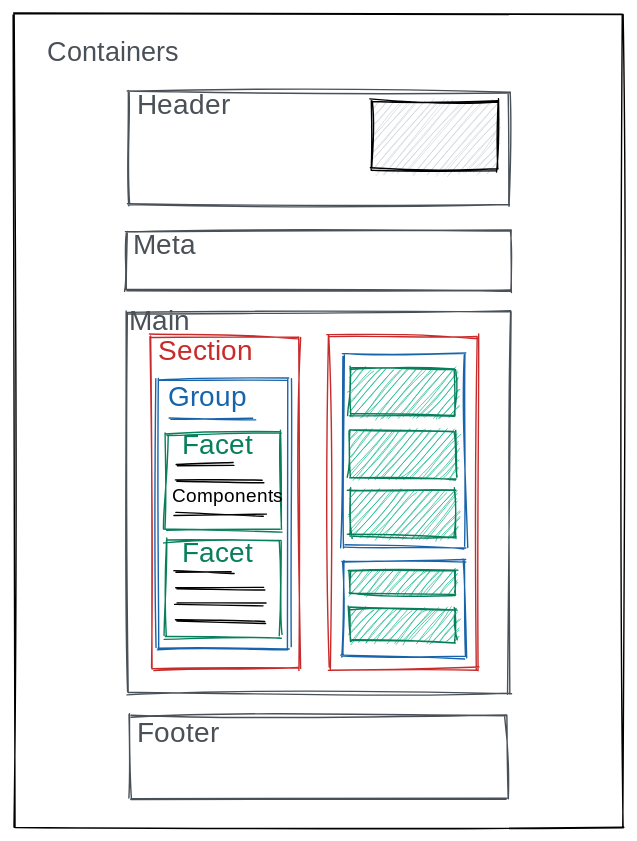
Earlier version of the Excalidraw export src/@cv/designdoc.excalidraw.svg (D1no/curriculumvitae). Source tidied: one line per element, renumbered; positions are measured from the earlier drawing's top-left corner, leaving out a move shared by most shapes. Source of this version:
```json
{"id": 0, "type": "rectangle", "strokeColor": "#000000", "strokeWidth": 1, "roughness": 1, "x": 0, "y": 0, "width": 435, "height": 581}
{"id": 1, "type": "rectangle", "strokeColor": "#495057", "strokeWidth": 1, "roughness": 1, "x": 81, "y": 56, "width": 272, "height": 81}
{"id": 2, "type": "rectangle", "strokeColor": "#495057", "strokeWidth": 1, "roughness": 1, "x": 83, "y": 501, "width": 269, "height": 59}
{"id": 3, "type": "rectangle", "strokeColor": "#495057", "strokeWidth": 1, "roughness": 1, "x": 80, "y": 155, "width": 275, "height": 42}
{"id": 4, "type": "rectangle", "strokeColor": "#495057", "strokeWidth": 1, "roughness": 1, "x": 81, "y": 213, "width": 273, "height": 272}
{"id": 5, "type": "rectangle", "strokeColor": "#000000", "backgroundColor": "#ced4da", "fillStyle": "hachure", "strokeWidth": 1, "roughness": 1, "x": 256, "y": 62, "width": 89, "height": 49}
{"id": 6, "type": "rectangle", "strokeColor": "#c92a2a", "strokeWidth": 1, "roughness": 1, "x": 98, "y": 230, "width": 106, "height": 238}
{"id": 7, "type": "rectangle", "strokeColor": "#c92a2a", "strokeWidth": 1, "roughness": 1, "x": 225, "y": 230, "width": 106, "height": 238}
{"id": 8, "type": "rectangle", "strokeColor": "#1864ab", "strokeWidth": 1, "roughness": 1, "x": 103, "y": 261, "width": 93, "height": 193}
{"id": 9, "type": "line", "strokeColor": "#1864ab", "strokeWidth": 1, "roughness": 1, "x": 112, "y": 290, "width": 60, "height": 0, "points": [[0, 0], [60, 0]]}
{"id": 10, "type": "text", "text": "Section", "strokeColor": "#c92a2a", "strokeWidth": 1, "roughness": 1, "fontSize": 20, "fontFamily": 1, "x": 103, "y": 230, "width": 70, "height": 25}
{"id": 11, "type": "text", "text": "Group", "strokeColor": "#1864ab", "strokeWidth": 1, "roughness": 1, "fontSize": 20, "fontFamily": 1, "x": 110, "y": 262, "width": 58, "height": 25}
{"id": 12, "type": "rectangle", "strokeColor": "#087f5b", "strokeWidth": 1, "roughness": 1, "x": 108, "y": 299, "width": 82, "height": 69}
{"id": 13, "type": "line", "strokeColor": "#000000", "strokeWidth": 1, "roughness": 1, "x": 115, "y": 322, "width": 41, "height": 0, "points": [[0, 0], [41, 0]]}
{"id": 14, "type": "line", "strokeColor": "#000000", "strokeWidth": 1, "roughness": 1, "x": 115, "y": 334, "width": 63, "height": 1, "points": [[0, 0], [63, 1]]}
{"id": 15, "type": "line", "strokeColor": "#000000", "strokeWidth": 1, "roughness": 1, "x": 115, "y": 357, "width": 63, "height": 1, "points": [[0, 0], [63, 1]]}
{"id": 16, "type": "text", "text": "Facet", "strokeColor": "#087f5b", "strokeWidth": 1, "roughness": 1, "fontSize": 20, "fontFamily": 1, "x": 120, "y": 297, "width": 58, "height": 25}
{"id": 17, "type": "rectangle", "strokeColor": "#087f5b", "strokeWidth": 1, "roughness": 1, "x": 108, "y": 376, "width": 82, "height": 69}
{"id": 18, "type": "line", "strokeColor": "#000000", "strokeWidth": 1, "roughness": 1, "x": 116, "y": 399, "width": 41, "height": 0, "points": [[0, 0], [41, 0]]}
{"id": 19, "type": "line", "strokeColor": "#000000", "strokeWidth": 1, "roughness": 1, "x": 115, "y": 410, "width": 63, "height": 1, "points": [[0, 0], [63, 1]]}
{"id": 20, "type": "line", "strokeColor": "#000000", "strokeWidth": 1, "roughness": 1, "x": 115, "y": 422, "width": 63, "height": 1, "points": [[0, 0], [63, 1]]}
{"id": 21, "type": "line", "strokeColor": "#000000", "strokeWidth": 1, "roughness": 1, "x": 115, "y": 434, "width": 63, "height": 1, "points": [[0, 0], [63, 1]]}
{"id": 22, "type": "text", "text": "Facet", "strokeColor": "#087f5b", "strokeWidth": 1, "roughness": 1, "fontSize": 20, "fontFamily": 1, "x": 120, "y": 373, "width": 58, "height": 25}
{"id": 23, "type": "text", "text": "Main", "strokeColor": "#495057", "strokeWidth": 1, "roughness": 1, "fontSize": 20, "fontFamily": 1, "x": 82, "y": 208, "width": 43, "height": 25}
{"id": 24, "type": "text", "text": "Header", "strokeColor": "#495057", "strokeWidth": 1, "roughness": 1, "fontSize": 20, "fontFamily": 1, "x": 88, "y": 53, "width": 67, "height": 25}
{"id": 25, "type": "text", "text": "Meta", "strokeColor": "#495057", "strokeWidth": 1, "roughness": 1, "fontSize": 20, "fontFamily": 1, "x": 85, "y": 153, "width": 52, "height": 25}
{"id": 26, "type": "text", "text": "Footer", "strokeColor": "#495057", "strokeWidth": 1, "roughness": 1, "fontSize": 20, "fontFamily": 1, "x": 88, "y": 502, "width": 65, "height": 25}
{"id": 27, "type": "rectangle", "strokeColor": "#1864ab", "strokeWidth": 1, "roughness": 1, "x": 235, "y": 243, "width": 87, "height": 138}
{"id": 28, "type": "rectangle", "strokeColor": "#087f5b", "backgroundColor": "#12b886", "fillStyle": "hachure", "strokeWidth": 1, "roughness": 1, "x": 240, "y": 253, "width": 75, "height": 34}
{"id": 29, "type": "rectangle", "strokeColor": "#087f5b", "backgroundColor": "#12b886", "fillStyle": "hachure", "strokeWidth": 1, "roughness": 1, "x": 240, "y": 298, "width": 75, "height": 34}
{"id": 30, "type": "rectangle", "strokeColor": "#087f5b", "backgroundColor": "#12b886", "fillStyle": "hachure", "strokeWidth": 1, "roughness": 1, "x": 240, "y": 340, "width": 75, "height": 34}
{"id": 31, "type": "rectangle", "strokeColor": "#1864ab", "strokeWidth": 1, "roughness": 1, "x": 235, "y": 391, "width": 87, "height": 69}
{"id": 32, "type": "rectangle", "strokeColor": "#087f5b", "backgroundColor": "#12b886", "fillStyle": "hachure", "strokeWidth": 1, "roughness": 1, "x": 240, "y": 397, "width": 75, "height": 17}
{"id": 33, "type": "rectangle", "strokeColor": "#087f5b", "backgroundColor": "#12b886", "fillStyle": "hachure", "strokeWidth": 1, "roughness": 1, "x": 240, "y": 425, "width": 75, "height": 24}
{"id": 34, "type": "text", "text": "Components", "strokeColor": "#000000", "backgroundColor": "#12b886", "fillStyle": "hachure", "strokeWidth": 1, "roughness": 1, "fontSize": 13.74, "fontFamily": 1, "x": 113, "y": 336, "width": 76, "height": 17}
{"id": 35, "type": "text", "text": "Containers", "strokeColor": "#495057", "backgroundColor": "#12b886", "fillStyle": "hachure", "strokeWidth": 1, "roughness": 1, "fontSize": 19.27, "fontFamily": 1, "x": 23, "y": 17, "width": 100, "height": 24}
```
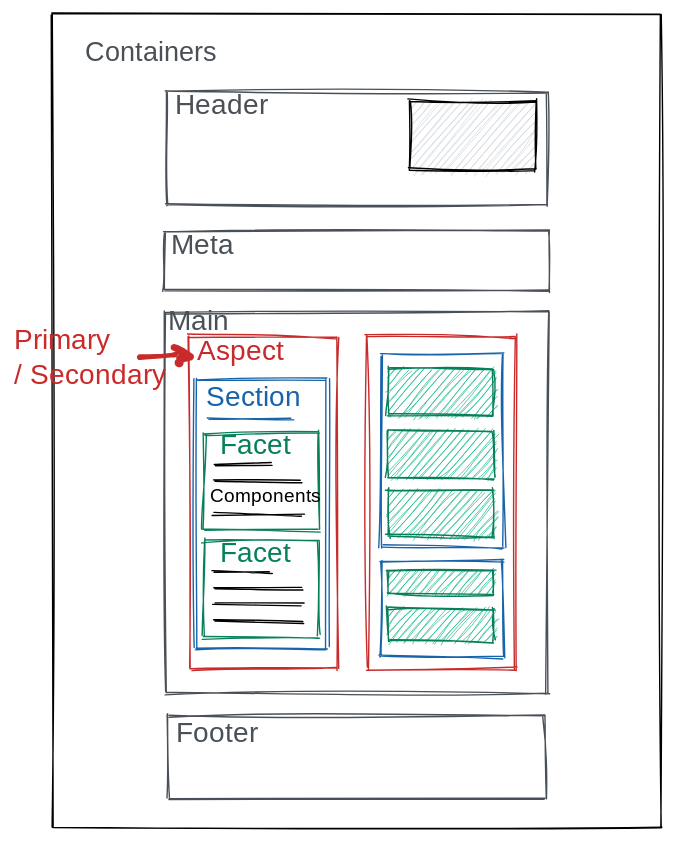
Above is the later version.

Commit message:
📝 Renaming from group to section since it's more in line with html elements.

The edit, as a diff of the source:
```diff
@@ -8,8 +8,8 @@
 {"id": 7, "type": "rectangle", "strokeColor": "#c92a2a", "strokeWidth": 1, "roughness": 1, "x": 225, "y": 230, "width": 106, "height": 238}
 {"id": 8, "type": "rectangle", "strokeColor": "#1864ab", "strokeWidth": 1, "roughness": 1, "x": 103, "y": 261, "width": 93, "height": 193}
 {"id": 9, "type": "line", "strokeColor": "#1864ab", "strokeWidth": 1, "roughness": 1, "x": 112, "y": 290, "width": 60, "height": 0, "points": [[0, 0], [60, 0]]}
-{"id": 10, "type": "text", "text": "Section", "strokeColor": "#c92a2a", "strokeWidth": 1, "roughness": 1, "fontSize": 20, "fontFamily": 1, "x": 103, "y": 230, "width": 70, "height": 25}
+{"id": 10, "type": "text", "text": "Aspect", "strokeColor": "#c92a2a", "strokeWidth": 1, "roughness": 1, "fontSize": 20, "fontFamily": 1, "x": 103, "y": 229, "width": 67, "height": 25}
-{"id": 11, "type": "text", "text": "Group", "strokeColor": "#1864ab", "strokeWidth": 1, "roughness": 1, "fontSize": 20, "fontFamily": 1, "x": 110, "y": 262, "width": 58, "height": 25}
+{"id": 11, "type": "text", "text": "Section", "strokeColor": "#1864ab", "strokeWidth": 1, "roughness": 1, "fontSize": 20, "fontFamily": 1, "x": 110, "y": 262, "width": 70, "height": 25}
 {"id": 12, "type": "rectangle", "strokeColor": "#087f5b", "strokeWidth": 1, "roughness": 1, "x": 108, "y": 299, "width": 82, "height": 69}
 {"id": 13, "type": "line", "strokeColor": "#000000", "strokeWidth": 1, "roughness": 1, "x": 115, "y": 322, "width": 41, "height": 0, "points": [[0, 0], [41, 0]]}
 {"id": 14, "type": "line", "strokeColor": "#000000", "strokeWidth": 1, "roughness": 1, "x": 115, "y": 334, "width": 63, "height": 1, "points": [[0, 0], [63, 1]]}
@@ -34,3 +34,6 @@
 {"id": 33, "type": "rectangle", "strokeColor": "#087f5b", "backgroundColor": "#12b886", "fillStyle": "hachure", "strokeWidth": 1, "roughness": 1, "x": 240, "y": 425, "width": 75, "height": 24}
 {"id": 34, "type": "text", "text": "Components", "strokeColor": "#000000", "backgroundColor": "#12b886", "fillStyle": "hachure", "strokeWidth": 1, "roughness": 1, "fontSize": 13.74, "fontFamily": 1, "x": 113, "y": 336, "width": 76, "height": 17}
 {"id": 35, "type": "text", "text": "Containers", "strokeColor": "#495057", "backgroundColor": "#12b886", "fillStyle": "hachure", "strokeWidth": 1, "roughness": 1, "fontSize": 19.27, "fontFamily": 1, "x": 23, "y": 17, "width": 100, "height": 24}
+{"id": 36, "type": "freedraw", "strokeColor": "#c92a2a", "strokeWidth": 1, "roughness": 1, "x": 63, "y": 245, "width": 31, "height": 3, "points": [[0, 0], [0, 0], [0, 0], [0, 0], [0, 0], [1, 0], [3, 0], [7, 0], [13, -1], [18, -1], [25, -2], [25, -2], [26, -2], [26, -2], [26, -2], [27, -2], [28, -2], [29, -2], [29, -2], [29, -2], [30, -2], [30, -2], [30, -2], [31, -2], [31, -3], [31, -3], [31, -2], [31, -2], [30, -2], [30, -2]]}
+{"id": 37, "type": "freedraw", "strokeColor": "#c92a2a", "strokeWidth": 1, "roughness": 1, "x": 87, "y": 238, "width": 12, "height": 12, "points": [[0, 0], [0, 0], [0, 0], [1, 0], [2, 0], [3, 1], [5, 2], [7, 3], [9, 5], [11, 6], [12, 7], [12, 7], [12, 7], [11, 7], [10, 7], [9, 7], [9, 7], [7, 7], [6, 7], [5, 8], [4, 8], [4, 9], [4, 9], [4, 9], [4, 9], [3, 9], [3, 10], [3, 11], [2, 12], [2, 12], [2, 12], [2, 12], [3, 12], [3, 11], [4, 11], [4, 11], [4, 11]]}
+{"id": 38, "type": "text", "text": "Primary\n/ Secondary", "strokeColor": "#c92a2a", "strokeWidth": 1, "roughness": 1, "fontSize": 20, "fontFamily": 1, "x": -27, "y": 221, "width": 117, "height": 50}
```
